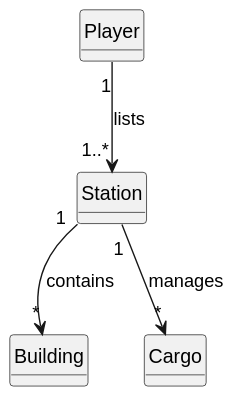
Above: docs/sprint1/us007/02.analysis/svg/us007-domain-model.svg in ivasduarte/all-aboard (PlantUML), before the change.
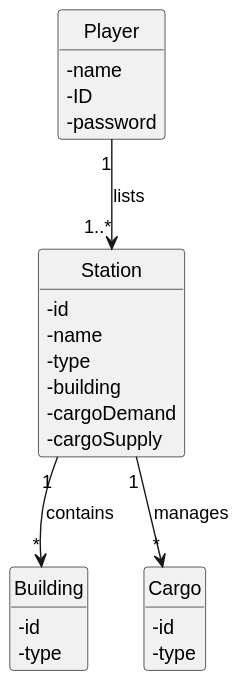
The same file after the commit.

Change to the diagram source:
```diff
@@ -10,11 +10,28 @@
 hide methods
 
 class Player {
-
+    - name
+    - ID
+    - password
 }
 
 class Station {
+    - id
+    - name
+    - type
+    - building
+    - cargoDemand
+    - cargoSupply
+}
 
+class Building {
+    - id
+    - type
+}
+
+class Cargo {
+    - id
+    - type
 }
 
 Player "1" --> "1..*" Station : lists
```
